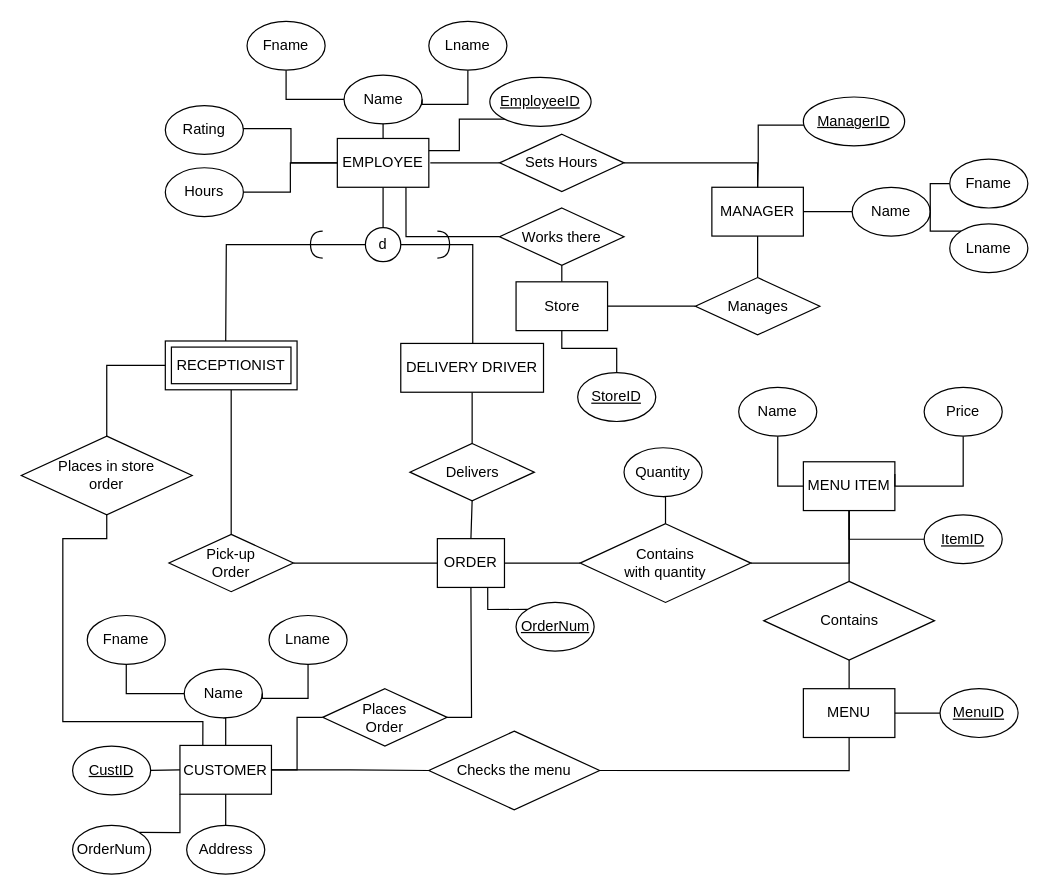
The draw.io diagram Enhanced Entity Relationship Diagram.drawio in hqiao8/Restaurant-Management-System, before the edit. Source tidied: cells renumbered, new cells numbered last; positions are measured from the earlier drawing's top-left corner, leaving out a move shared by most shapes. Both pictures are drawn from the tidied source at 122%, with x=0, y=0 at pixel (21, 21).
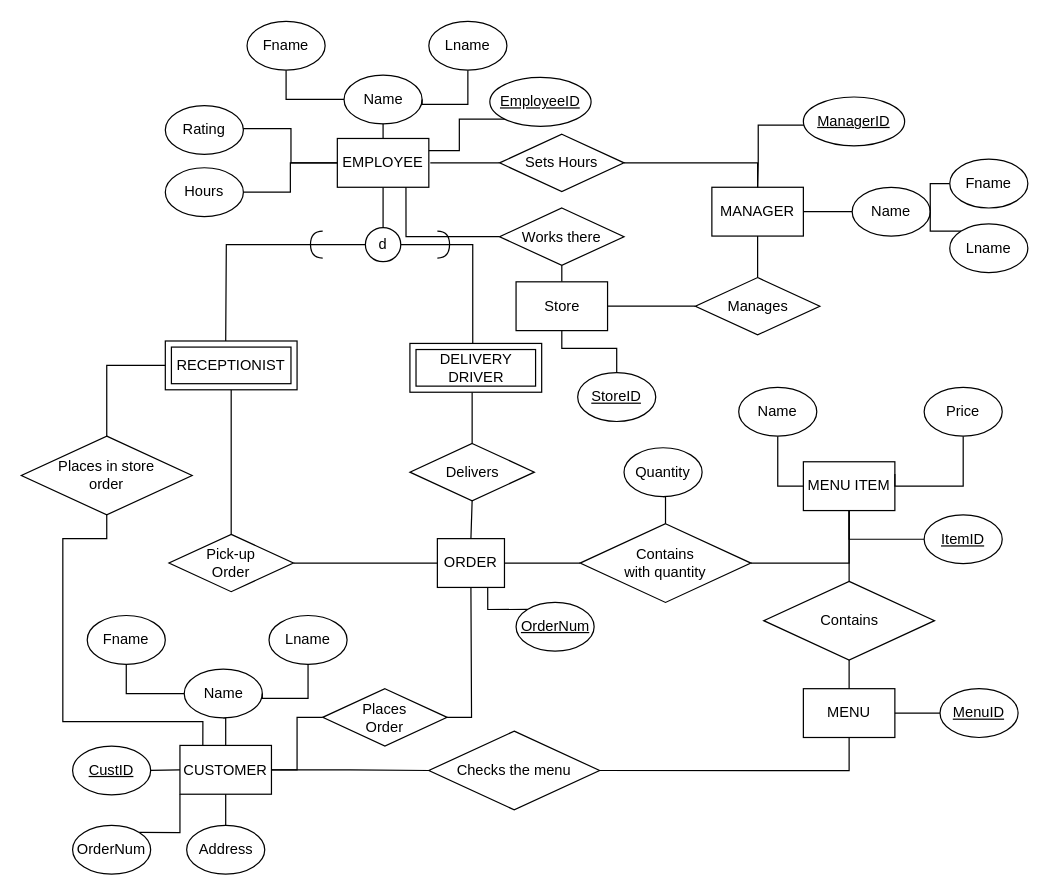
The same page after the edit.

Commit message:
Made delivery driver a weak entity

The change refers to these unchanged cells:
```xml
<mxCell id="30" value="d" style="ellipse;whiteSpace=wrap;html=1;" parent="1" vertex="1">
  <mxGeometry x="282" y="169" width="29" height="28" as="geometry" />
</mxCell>
<mxCell id="36" value="Delivers" style="shape=rhombus;perimeter=rhombusPerimeter;whiteSpace=wrap;html=1;align=center;fillColor=default;gradientColor=none;" parent="1" vertex="1">
  <mxGeometry x="318.5" y="346" width="102" height="47" as="geometry" />
</mxCell>
```

Change to the diagram source:
```diff
@@
-    <mxCell id="4" style="edgeStyle=orthogonalEdgeStyle;rounded=0;jumpStyle=arc;jettySize=auto;html=1;exitX=0.5;exitY=1;exitDx=0;exitDy=0;entryX=0.5;entryY=0;entryDx=0;entryDy=0;endArrow=none;endFill=0;" parent="1" edge="1" source="5" target="36">
-      <mxGeometry relative="1" as="geometry" />
+    <mxCell id="4" style="edgeStyle=orthogonalEdgeStyle;rounded=0;jumpStyle=arc;jettySize=auto;html=1;exitX=0.5;exitY=1;exitDx=0;exitDy=0;entryX=0.5;entryY=0;entryDx=0;entryDy=0;endArrow=none;endFill=0;" parent="1" edge="1" target="36">
+      <mxGeometry relative="1" as="geometry">
+        <mxPoint x="369.5" y="304" as="sourcePoint" />
+      </mxGeometry>
     </mxCell>
-    <mxCell id="5" value="DELIVERY DRIVER" style="whiteSpace=wrap;html=1;align=center;fillColor=default;" parent="1" vertex="1">
-      <mxGeometry x="311" y="264" width="117" height="40" as="geometry" />
-    </mxCell>
@@
-    <mxCell id="29" style="edgeStyle=orthogonalEdgeStyle;rounded=0;jettySize=auto;html=1;endArrow=none;endFill=0;" parent="1" edge="1" source="30" target="5">
+    <mxCell id="29" style="edgeStyle=orthogonalEdgeStyle;rounded=0;jettySize=auto;html=1;endArrow=none;endFill=0;" parent="1" edge="1" source="30">
       <mxGeometry relative="1" as="geometry">
+        <mxPoint x="370" y="264" as="targetPoint" />
         <Array as="points">
           <mxPoint x="370" y="183" />
         </Array>
       </mxGeometry>
     </mxCell>
@@
+    <mxCell id="5" value="DELIVERY DRIVER" style="shape=ext;margin=3;double=1;whiteSpace=wrap;html=1;align=center;" parent="1" vertex="1">
+      <mxGeometry x="318.5" y="264" width="108" height="40" as="geometry" />
+    </mxCell>
```
